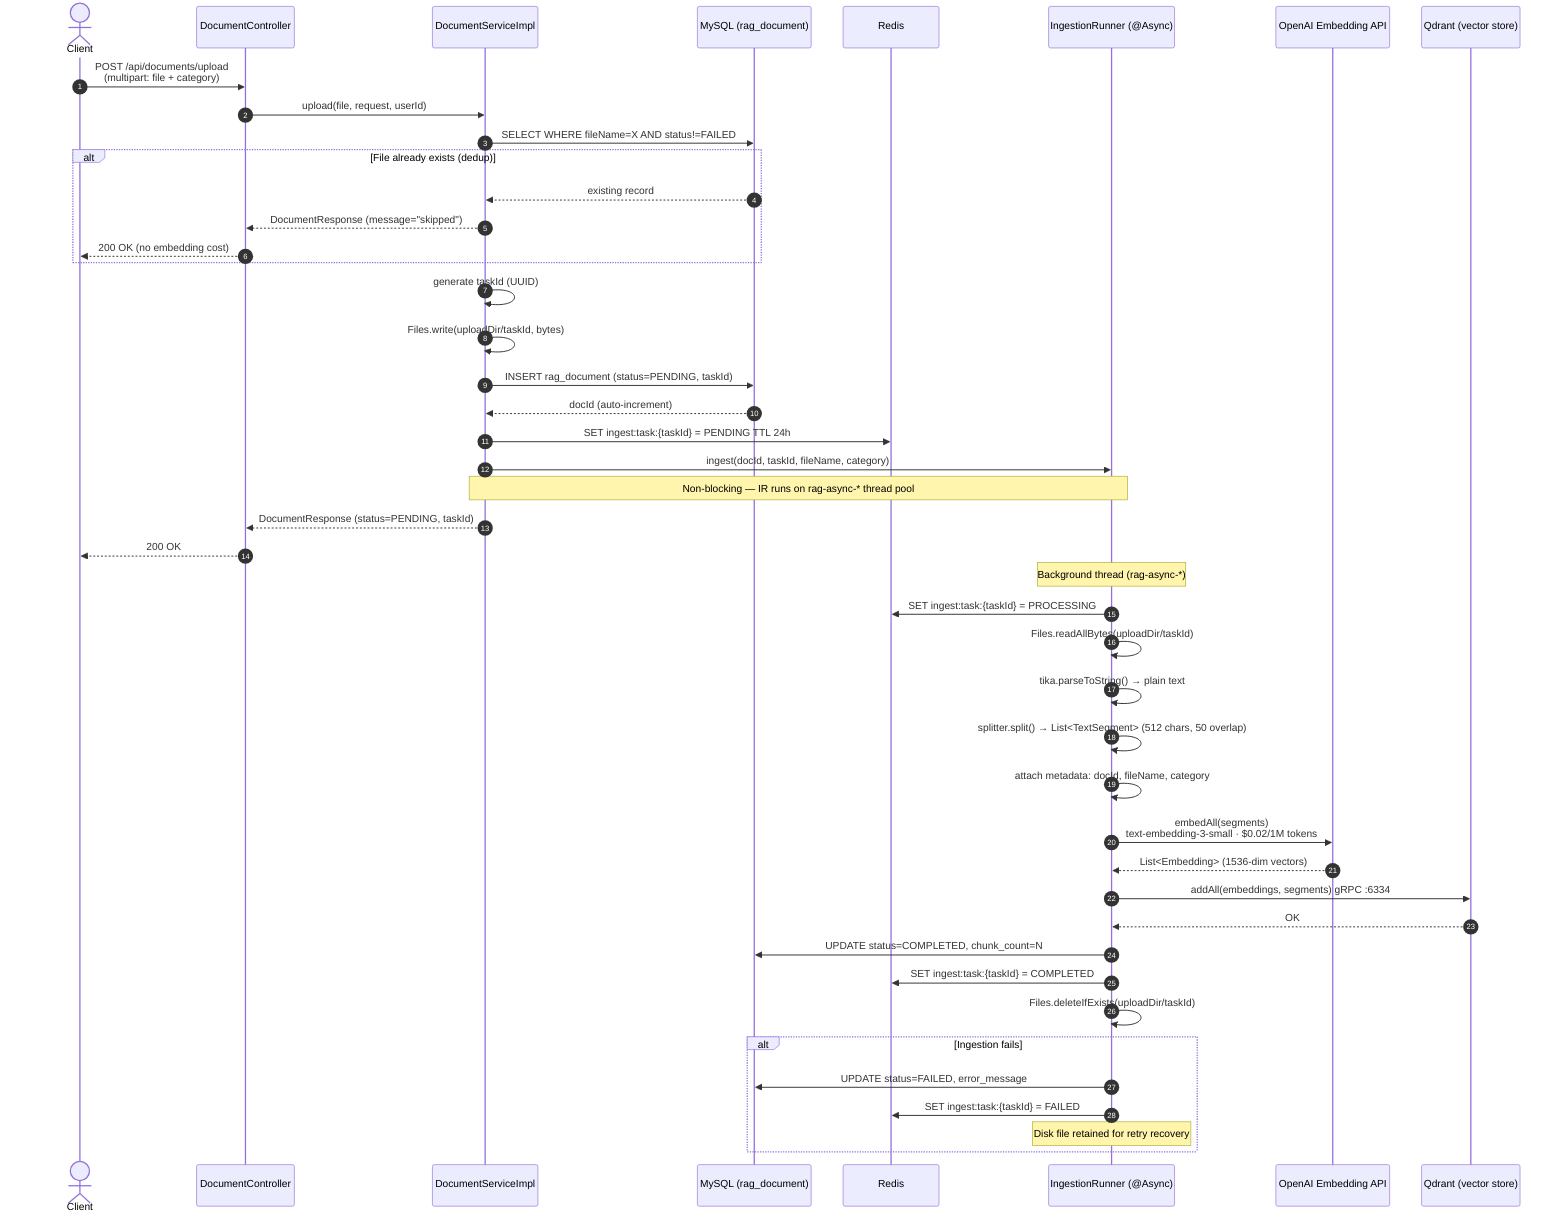
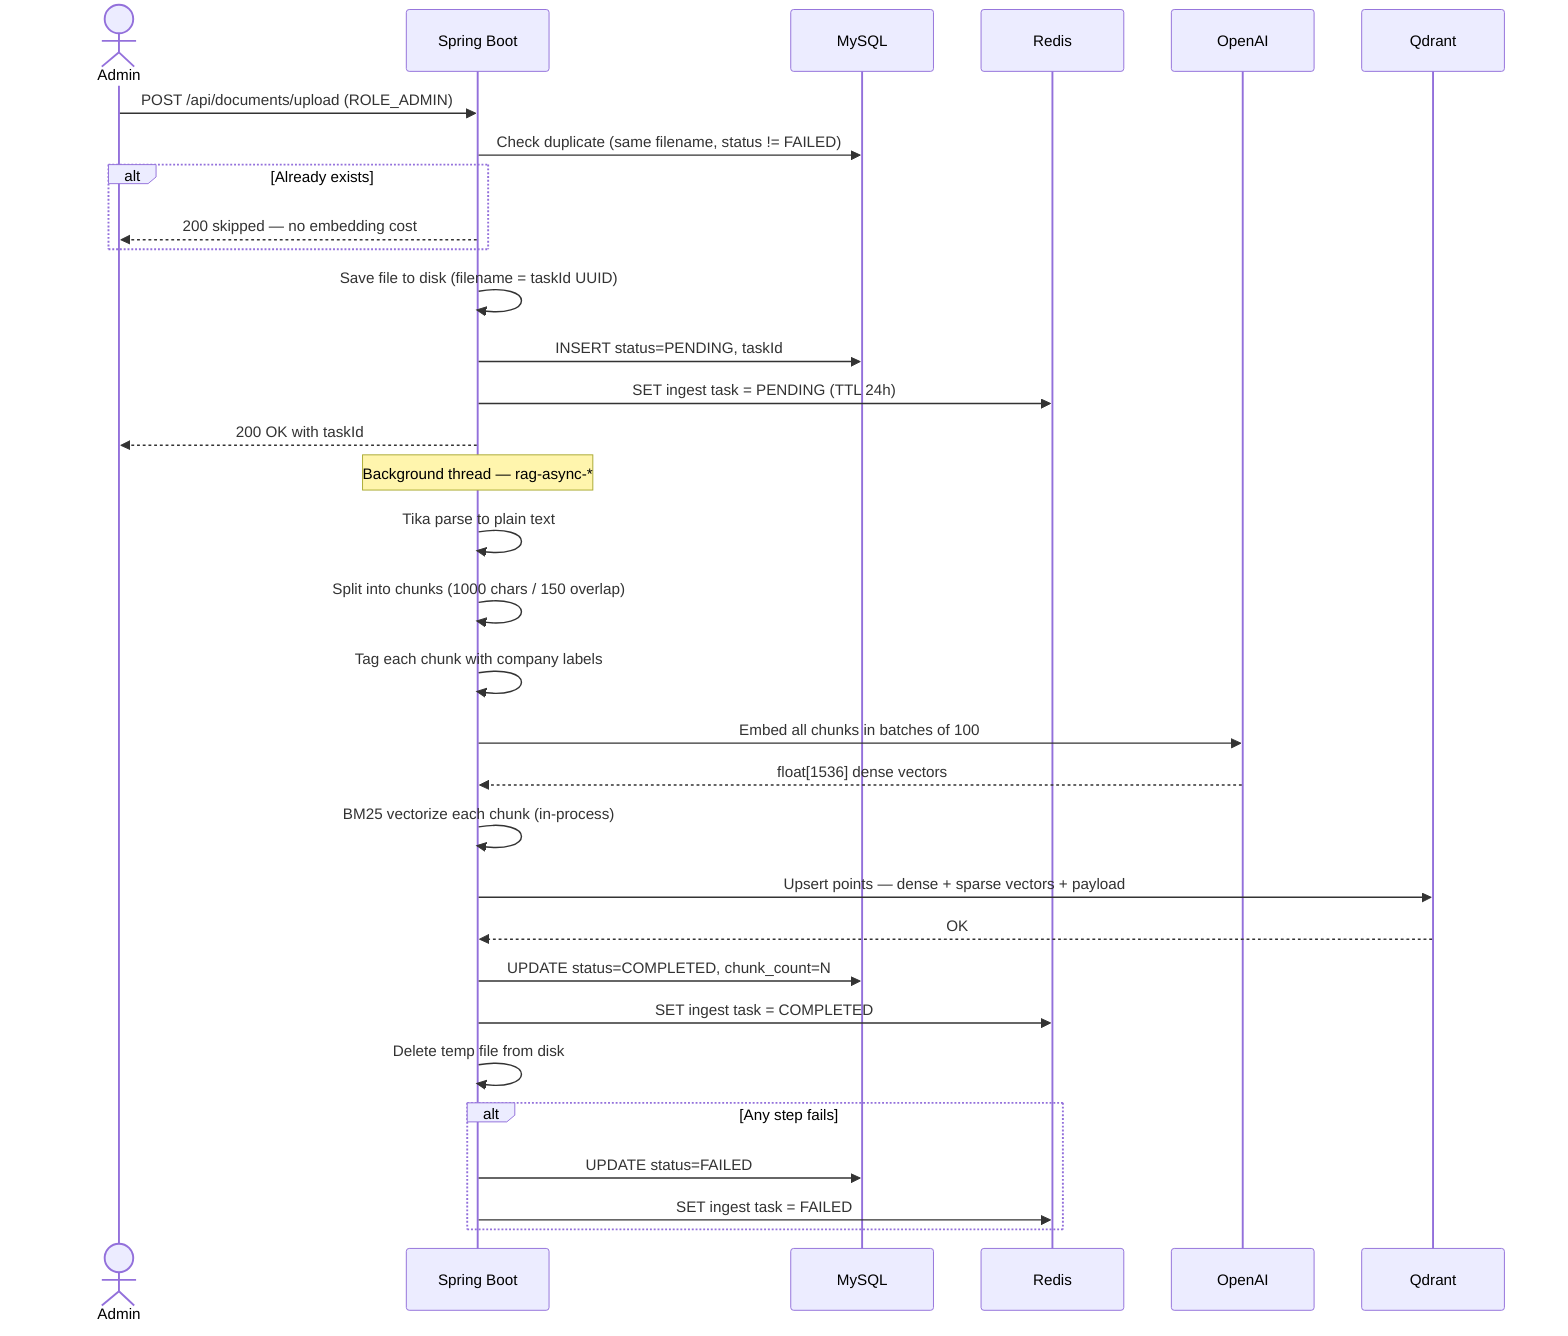
sequenceDiagram
-     autonumber
-     actor Client
-     participant DC as DocumentController
-     participant DS as DocumentServiceImpl
-     participant DB as MySQL (rag_document)
+     actor Admin
+     participant API as Spring Boot
+     participant MySQL
    participant Redis
-     participant IR as IngestionRunner (@Async)
-     participant OpenAI as OpenAI Embedding API
-     participant Qdrant as Qdrant (vector store)
+     participant OpenAI
+     participant Qdrant

-     Client->>DC: POST /api/documents/upload<br/>(multipart: file + category)
-     DC->>DS: upload(file, request, userId)
+     Admin->>API: POST /api/documents/upload (ROLE_ADMIN)

-     DS->>DB: SELECT WHERE fileName=X AND status!=FAILED
-     alt File already exists (dedup)
-         DB-->>DS: existing record
-         DS-->>DC: DocumentResponse (message="skipped")
-         DC-->>Client: 200 OK (no embedding cost)
+     API->>MySQL: Check duplicate (same filename, status != FAILED)
+     alt Already exists
+         API-->>Admin: 200 skipped — no embedding cost
    end

-     DS->>DS: generate taskId (UUID)
-     DS->>DS: Files.write(uploadDir/taskId, bytes)
+     API->>API: Save file to disk (filename = taskId UUID)
+     API->>MySQL: INSERT status=PENDING, taskId
+     API->>Redis: SET ingest task = PENDING (TTL 24h)
+     API-->>Admin: 200 OK with taskId

-     DS->>DB: INSERT rag_document (status=PENDING, taskId)
-     DB-->>DS: docId (auto-increment)
+     Note over API: Background thread — rag-async-*

-     DS->>Redis: SET ingest:task:{taskId} = PENDING TTL 24h
-     DS->>IR: ingest(docId, taskId, fileName, category)
-     note over DS,IR: Non-blocking — IR runs on rag-async-* thread pool
+     API->>API: Tika parse to plain text
+     API->>API: Split into chunks (1000 chars / 150 overlap)
+     API->>API: Tag each chunk with company labels

-     DS-->>DC: DocumentResponse (status=PENDING, taskId)
-     DC-->>Client: 200 OK
+     API->>OpenAI: Embed all chunks in batches of 100
+     OpenAI-->>API: float[1536] dense vectors

-     note over IR: Background thread (rag-async-*)
+     API->>API: BM25 vectorize each chunk (in-process)

-     IR->>Redis: SET ingest:task:{taskId} = PROCESSING
-     IR->>IR: Files.readAllBytes(uploadDir/taskId)
-     IR->>IR: tika.parseToString() → plain text
-     IR->>IR: splitter.split() → List<TextSegment> (512 chars, 50 overlap)
-     IR->>IR: attach metadata: docId, fileName, category
+     API->>Qdrant: Upsert points — dense + sparse vectors + payload
+     Qdrant-->>API: OK

-     IR->>OpenAI: embedAll(segments)<br/>text-embedding-3-small · $0.02/1M tokens
-     OpenAI-->>IR: List<Embedding> (1536-dim vectors)
+     API->>MySQL: UPDATE status=COMPLETED, chunk_count=N
+     API->>Redis: SET ingest task = COMPLETED
+     API->>API: Delete temp file from disk

-     IR->>Qdrant: addAll(embeddings, segments) gRPC :6334
-     Qdrant-->>IR: OK
- 
-     IR->>DB: UPDATE status=COMPLETED, chunk_count=N
-     IR->>Redis: SET ingest:task:{taskId} = COMPLETED
-     IR->>IR: Files.deleteIfExists(uploadDir/taskId)
- 
-     alt Ingestion fails
-         IR->>DB: UPDATE status=FAILED, error_message
-         IR->>Redis: SET ingest:task:{taskId} = FAILED
-         note over IR: Disk file retained for retry recovery
+     alt Any step fails
+         API->>MySQL: UPDATE status=FAILED
+         API->>Redis: SET ingest task = FAILED
    end
